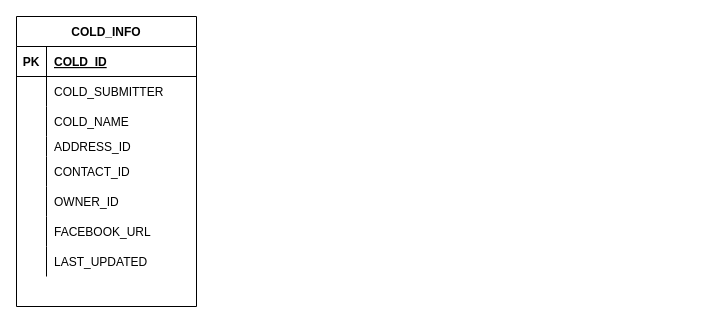
Before: Untitled Diagram.drawio in storagecold/data-model, a draw.io diagram. Source tidied: cells renumbered, new cells numbered last; positions are measured from the earlier drawing's top-left corner, leaving out a move shared by most shapes. Both pictures are drawn from the tidied source at 100%, with x=0, y=0 at pixel (16, 16).
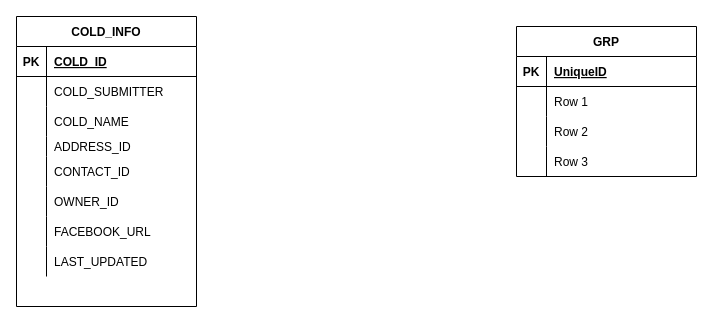
The same page after the edit.

Commit message:
cold_storage

Diff of the diagram source:
```diff
@@
+    <mxCell id="27" value="GRP" style="shape=table;startSize=30;childLayout=tableLayout;rowLines=0;fontStyle=1;align=center;" parent="1" vertex="1">
+      <mxGeometry x="500" y="10" width="180" height="150" as="geometry" />
+    </mxCell>
+    <mxCell id="28" style="shape=tableRow;horizontal=0;startSize=0;swimlaneHead=0;swimlaneBody=0;fillColor=none;top=0;left=0;right=0;bottom=1;" parent="27" vertex="1">
+      <mxGeometry y="30" width="180" height="30" as="geometry" />
+    </mxCell>
+    <mxCell id="29" value="PK" style="shape=partialRectangle;fillColor=none;top=0;left=0;bottom=0;right=0;fontStyle=1;overflow=hidden;" parent="28" vertex="1">
+      <mxGeometry width="30" height="30" as="geometry" />
+    </mxCell>
+    <mxCell id="30" value="UniqueID" style="shape=partialRectangle;fillColor=none;top=0;left=0;bottom=0;right=0;align=left;spacingLeft=6;fontStyle=5;overflow=hidden;" parent="28" vertex="1">
+      <mxGeometry x="30" width="150" height="30" as="geometry" />
+    </mxCell>
+    <mxCell id="31" style="shape=tableRow;horizontal=0;startSize=0;swimlaneHead=0;swimlaneBody=0;fillColor=none;top=0;left=0;right=0;bottom=0;" parent="27" vertex="1">
+      <mxGeometry y="60" width="180" height="30" as="geometry" />
+    </mxCell>
+    <mxCell id="32" style="shape=partialRectangle;fillColor=none;top=0;left=0;bottom=0;right=0;overflow=hidden;" parent="31" vertex="1">
+      <mxGeometry width="30" height="30" as="geometry" />
+    </mxCell>
+    <mxCell id="33" value="Row 1" style="shape=partialRectangle;fillColor=none;top=0;left=0;bottom=0;right=0;align=left;spacingLeft=6;overflow=hidden;" parent="31" vertex="1">
+      <mxGeometry x="30" width="150" height="30" as="geometry" />
+    </mxCell>
+    <mxCell id="34" style="shape=tableRow;horizontal=0;startSize=0;swimlaneHead=0;swimlaneBody=0;fillColor=none;top=0;left=0;right=0;bottom=0;" parent="27" vertex="1">
+      <mxGeometry y="90" width="180" height="30" as="geometry" />
+    </mxCell>
+    <mxCell id="35" style="shape=partialRectangle;fillColor=none;top=0;left=0;bottom=0;right=0;overflow=hidden;" parent="34" vertex="1">
+      <mxGeometry width="30" height="30" as="geometry" />
+    </mxCell>
+    <mxCell id="36" value="Row 2" style="shape=partialRectangle;fillColor=none;top=0;left=0;bottom=0;right=0;align=left;spacingLeft=6;overflow=hidden;" parent="34" vertex="1">
+      <mxGeometry x="30" width="150" height="30" as="geometry" />
+    </mxCell>
+    <mxCell id="37" style="shape=tableRow;horizontal=0;startSize=0;swimlaneHead=0;swimlaneBody=0;fillColor=none;top=0;left=0;right=0;bottom=0;" parent="27" vertex="1">
+      <mxGeometry y="120" width="180" height="30" as="geometry" />
+    </mxCell>
+    <mxCell id="38" style="shape=partialRectangle;fillColor=none;top=0;left=0;bottom=0;right=0;overflow=hidden;" parent="37" vertex="1">
+      <mxGeometry width="30" height="30" as="geometry" />
+    </mxCell>
+    <mxCell id="39" value="Row 3" style="shape=partialRectangle;fillColor=none;top=0;left=0;bottom=0;right=0;align=left;spacingLeft=6;overflow=hidden;" parent="37" vertex="1">
+      <mxGeometry x="30" width="150" height="30" as="geometry" />
+    </mxCell>
```
